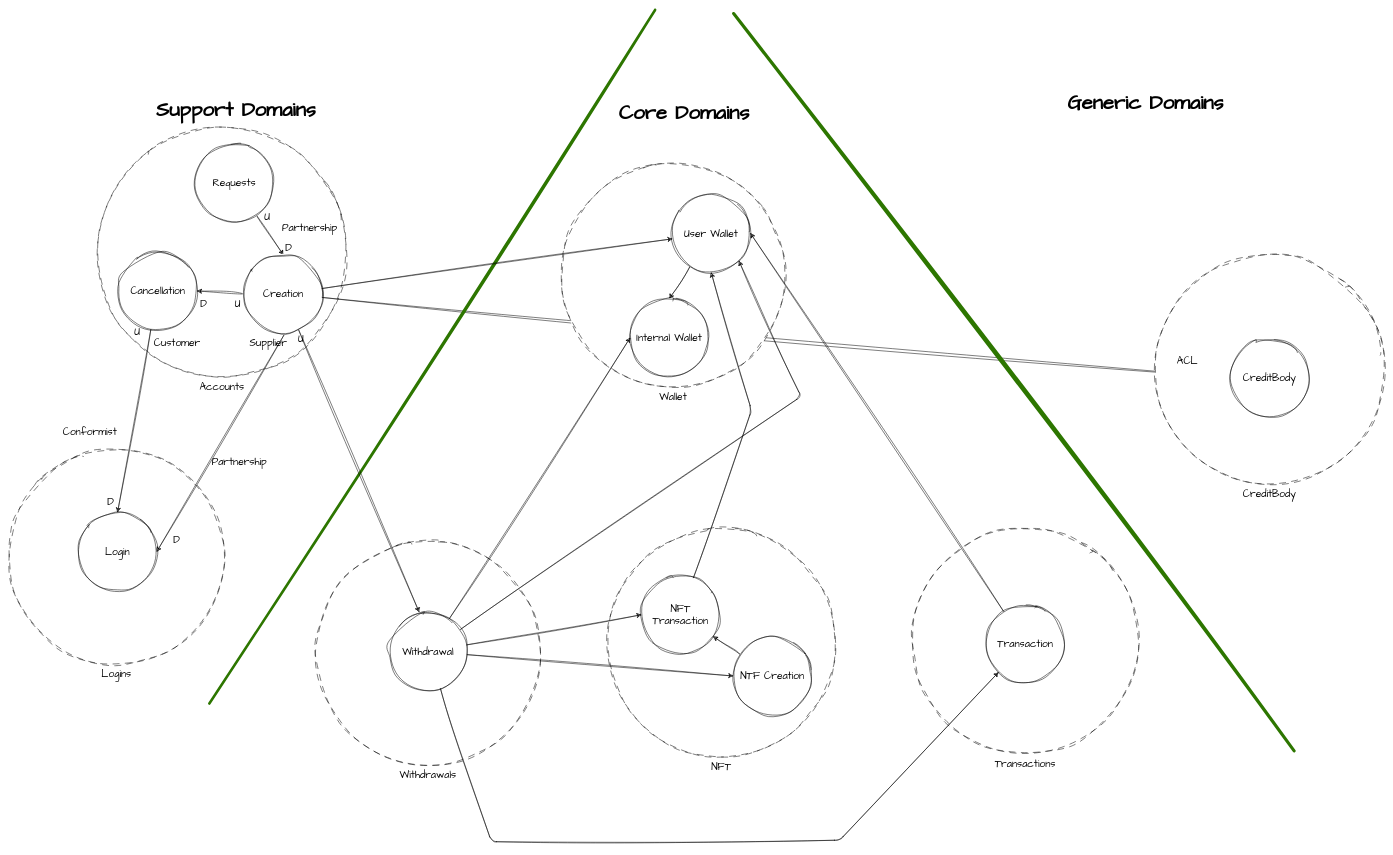
Anselming/ddd-anselmex keeps this draw.io diagram as page "Agregados e Contextos" (3 of 3) of domain/diagrams/eventstorming.dio. Above is the earlier version. Source tidied: cells renumbered, new cells numbered last; positions are measured from the earlier drawing's top-left corner, leaving out a move shared by most shapes. Both pictures are drawn from the tidied source at 51%, with x=0, y=0 at pixel (9, 10).
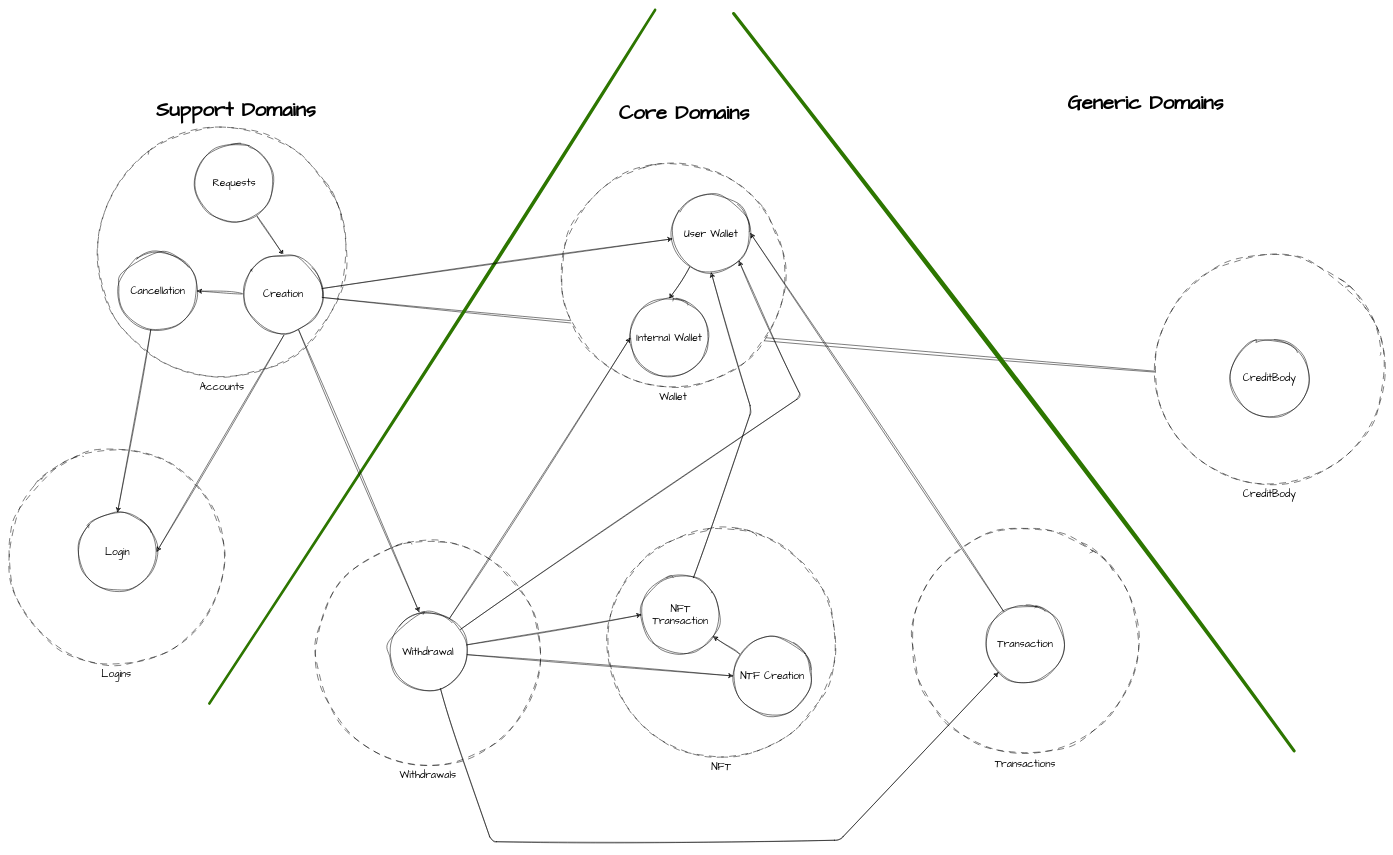
Above is the later version.

The change refers to these unchanged cells:
```xml
<mxCell id="5" style="group;" parent="1" vertex="1">
  <mxGeometry x="173" y="230" width="490" height="490" as="geometry" />
</mxCell>
<mxCell id="27" style="group;" parent="1" vertex="1">
  <mxGeometry y="861" width="422" height="422" as="geometry" />
</mxCell>
<mxCell id="29" value="Login" style="ellipse;whiteSpace=wrap;html=1;sketch=1;hachureGap=4;jiggle=2;curveFitting=1;fontFamily=Architects Daughter;fontSize=20;" parent="27" vertex="1">
  <mxGeometry x="136" y="124" width="154" height="154" as="geometry" />
</mxCell>
<mxCell id="40" style="group;" parent="1" vertex="1">
  <mxGeometry x="2247" y="480" width="450" height="450" as="geometry" />
</mxCell>
```

Change to the diagram source:
```diff
@@
-    <mxCell id="12" value="U" style="text;html=1;strokeColor=none;fillColor=none;align=center;verticalAlign=middle;whiteSpace=wrap;rounded=0;sketch=1;hachureGap=4;jiggle=2;curveFitting=1;fontFamily=Architects Daughter;fontSize=20;" parent="5" vertex="1">
-      <mxGeometry x="304" y="161" width="60" height="30" as="geometry" />
-    </mxCell>
-    <mxCell id="13" value="D" style="text;html=1;strokeColor=none;fillColor=none;align=center;verticalAlign=middle;whiteSpace=wrap;rounded=0;sketch=1;hachureGap=4;jiggle=2;curveFitting=1;fontFamily=Architects Daughter;fontSize=20;" parent="5" vertex="1">
-      <mxGeometry x="346" y="222" width="60" height="30" as="geometry" />
-    </mxCell>
-    <mxCell id="14" value="Supplier" style="text;html=1;strokeColor=none;fillColor=none;align=center;verticalAlign=middle;whiteSpace=wrap;rounded=0;sketch=1;hachureGap=4;jiggle=2;curveFitting=1;fontFamily=Architects Daughter;fontSize=20;" parent="5" vertex="1">
-      <mxGeometry x="306" y="408" width="60" height="30" as="geometry" />
-    </mxCell>
-    <mxCell id="15" value="Customer" style="text;html=1;strokeColor=none;fillColor=none;align=center;verticalAlign=middle;whiteSpace=wrap;rounded=0;sketch=1;hachureGap=4;jiggle=2;curveFitting=1;fontFamily=Architects Daughter;fontSize=20;" parent="5" vertex="1">
-      <mxGeometry x="127" y="408" width="60" height="30" as="geometry" />
-    </mxCell>
-    <mxCell id="16" value="U" style="text;html=1;strokeColor=none;fillColor=none;align=center;verticalAlign=middle;whiteSpace=wrap;rounded=0;sketch=1;hachureGap=4;jiggle=2;curveFitting=1;fontFamily=Architects Daughter;fontSize=20;" parent="5" vertex="1">
-      <mxGeometry x="246" y="330" width="60" height="30" as="geometry" />
-    </mxCell>
-    <mxCell id="17" value="D" style="text;html=1;strokeColor=none;fillColor=none;align=center;verticalAlign=middle;whiteSpace=wrap;rounded=0;sketch=1;hachureGap=4;jiggle=2;curveFitting=1;fontFamily=Architects Daughter;fontSize=20;" parent="5" vertex="1">
-      <mxGeometry x="179" y="330" width="60" height="30" as="geometry" />
-    </mxCell>
-    <mxCell id="18" value="Partnership" style="text;html=1;strokeColor=none;fillColor=none;align=center;verticalAlign=middle;whiteSpace=wrap;rounded=0;sketch=1;hachureGap=4;jiggle=2;curveFitting=1;fontFamily=Architects Daughter;fontSize=20;" parent="5" vertex="1">
-      <mxGeometry x="387" y="182" width="60" height="30" as="geometry" />
-    </mxCell>
-    <mxCell id="19" value="U" style="text;html=1;strokeColor=none;fillColor=none;align=center;verticalAlign=middle;whiteSpace=wrap;rounded=0;sketch=1;hachureGap=4;jiggle=2;curveFitting=1;fontFamily=Architects Daughter;fontSize=20;" parent="5" vertex="1">
-      <mxGeometry x="49" y="386" width="60" height="30" as="geometry" />
-    </mxCell>
-    <mxCell id="20" value="U" style="text;html=1;strokeColor=none;fillColor=none;align=center;verticalAlign=middle;whiteSpace=wrap;rounded=0;sketch=1;hachureGap=4;jiggle=2;curveFitting=1;fontFamily=Architects Daughter;fontSize=20;" parent="5" vertex="1">
-      <mxGeometry x="370" y="400" width="60" height="30" as="geometry" />
-    </mxCell>
@@
-    <mxCell id="30" value="D" style="text;html=1;strokeColor=none;fillColor=none;align=center;verticalAlign=middle;whiteSpace=wrap;rounded=0;sketch=1;hachureGap=4;jiggle=2;curveFitting=1;fontFamily=Architects Daughter;fontSize=20;" parent="27" vertex="1">
-      <mxGeometry x="170" y="88" width="60" height="30" as="geometry" />
-    </mxCell>
-    <mxCell id="31" value="D" style="text;html=1;strokeColor=none;fillColor=none;align=center;verticalAlign=middle;whiteSpace=wrap;rounded=0;sketch=1;hachureGap=4;jiggle=2;curveFitting=1;fontFamily=Architects Daughter;fontSize=20;" parent="27" vertex="1">
-      <mxGeometry x="299" y="163" width="60" height="30" as="geometry" />
-    </mxCell>
@@
-    <mxCell id="43" value="ACL" style="text;html=1;strokeColor=none;fillColor=none;align=center;verticalAlign=middle;whiteSpace=wrap;rounded=0;sketch=1;hachureGap=4;jiggle=2;curveFitting=1;fontFamily=Architects Daughter;fontSize=20;" parent="40" vertex="1">
-      <mxGeometry x="34" y="193" width="60" height="30" as="geometry" />
-    </mxCell>
@@
-    <mxCell id="50" style="edgeStyle=none;sketch=1;hachureGap=4;jiggle=2;curveFitting=1;html=1;exitX=1;exitY=0;exitDx=0;exitDy=0;entryX=1;entryY=0.5;entryDx=0;entryDy=0;fontFamily=Architects Daughter;fontSize=16;" parent="1" edge="1" source="14" target="29">
-      <mxGeometry relative="1" as="geometry" />
+    <mxCell id="50" style="edgeStyle=none;sketch=1;hachureGap=4;jiggle=2;curveFitting=1;html=1;exitX=1;exitY=0;exitDx=0;exitDy=0;entryX=1;entryY=0.5;entryDx=0;entryDy=0;fontFamily=Architects Daughter;fontSize=16;" parent="1" edge="1" target="29">
+      <mxGeometry relative="1" as="geometry">
+        <mxPoint x="539" y="638" as="sourcePoint" />
+      </mxGeometry>
     </mxCell>
-    <mxCell id="51" value="Conformist" style="text;html=1;strokeColor=none;fillColor=none;align=center;verticalAlign=middle;whiteSpace=wrap;rounded=0;sketch=1;hachureGap=4;jiggle=2;curveFitting=1;fontFamily=Architects Daughter;fontSize=20;" parent="1" vertex="1">
-      <mxGeometry x="129" y="811" width="60" height="30" as="geometry" />
-    </mxCell>
-    <mxCell id="52" value="Partnership" style="text;html=1;strokeColor=none;fillColor=none;align=center;verticalAlign=middle;whiteSpace=wrap;rounded=0;sketch=1;hachureGap=4;jiggle=2;curveFitting=1;fontFamily=Architects Daughter;fontSize=20;" parent="1" vertex="1">
-      <mxGeometry x="422" y="870" width="60" height="30" as="geometry" />
-    </mxCell>
```
